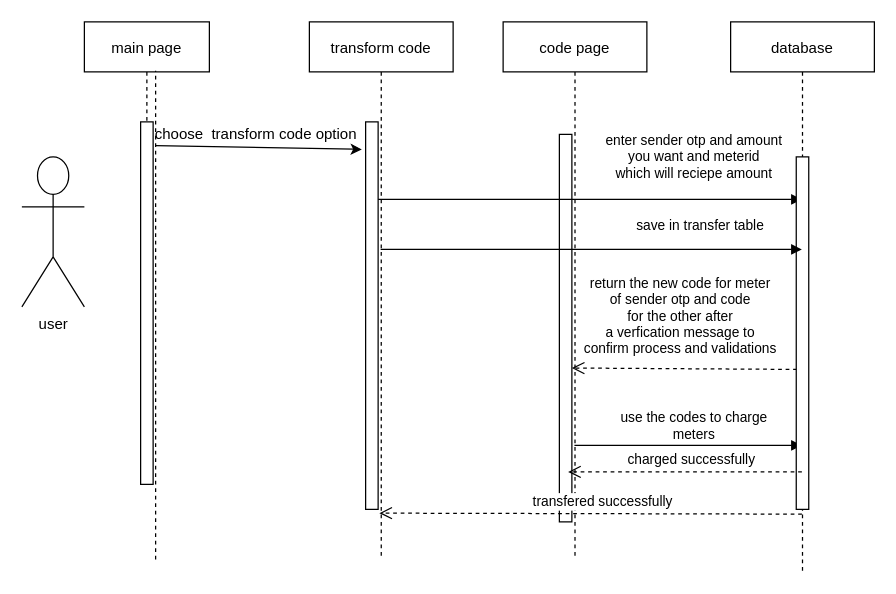
Before: seqtrans.drawio in shamaabuhassan/Charts, a draw.io diagram. Source tidied: cells renumbered, new cells numbered last; positions are measured from the earlier drawing's top-left corner, leaving out a move shared by most shapes. Both pictures are drawn from the tidied source at 125%, with x=0, y=0 at pixel (21, 21).
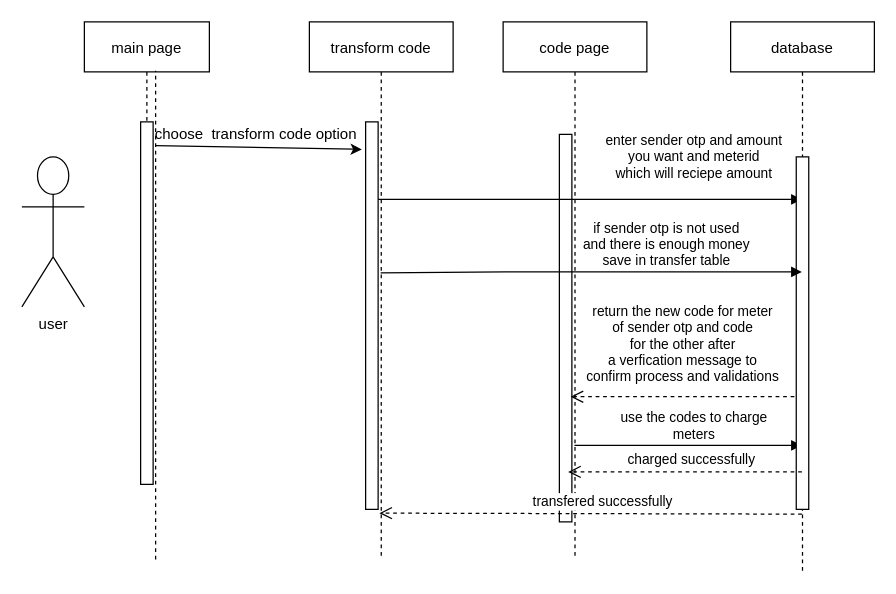
The same diagram, later.

The change refers to these unchanged cells:
```xml
<mxCell id="4" value="transform code" style="shape=umlLifeline;perimeter=lifelinePerimeter;rounded=0;shadow=0;strokeWidth=1;" parent="1" vertex="1">
  <mxGeometry x="230" width="115" height="430" as="geometry" />
</mxCell>
<mxCell id="7" value="code page" style="shape=umlLifeline;perimeter=lifelinePerimeter;rounded=0;shadow=0;strokeWidth=1;" parent="1" vertex="1">
  <mxGeometry x="385" width="115" height="430" as="geometry" />
</mxCell>
<mxCell id="8" style="points=[];perimeter=orthogonalPerimeter;rounded=0;shadow=0;strokeWidth=1;" parent="7" vertex="1">
  <mxGeometry x="45" y="90" width="10" height="310" as="geometry" />
</mxCell>
<mxCell id="12" value="database" style="shape=umlLifeline;perimeter=lifelinePerimeter;rounded=0;shadow=0;strokeWidth=1;" parent="1" vertex="1">
  <mxGeometry x="567" width="115" height="440" as="geometry" />
</mxCell>
<mxCell id="13" style="points=[];perimeter=orthogonalPerimeter;rounded=0;shadow=0;strokeWidth=1;" parent="12" vertex="1">
  <mxGeometry x="52.5" y="108" width="10" height="282" as="geometry" />
</mxCell>
```

Diff of the diagram source:
```diff
@@
-    <mxCell id="10" value="return the new code for meter&#10;of sender otp and code &#10;for the other after&#10;a verfication message to &#10;confirm process and validations" style="verticalAlign=bottom;endArrow=open;dashed=1;endSize=8;shadow=0;strokeWidth=1;entryX=0.478;entryY=0.644;entryDx=0;entryDy=0;entryPerimeter=0;exitX=0.05;exitY=0.603;exitDx=0;exitDy=0;exitPerimeter=0;" parent="1" edge="1" source="13" target="7">
+    <mxCell id="10" value="return the new code for meter&#10;of sender otp and code &#10;for the other after&#10;a verfication message to &#10;confirm process and validations" style="verticalAlign=bottom;endArrow=open;dashed=1;endSize=8;shadow=0;strokeWidth=1;entryX=0.9;entryY=0.677;entryDx=0;entryDy=0;entryPerimeter=0;" parent="1" edge="1" source="12" target="8">
       <mxGeometry x="0.03" y="-7" relative="1" as="geometry" />
     </mxCell>
@@
-    <mxCell id="17" value="save in transfer table" style="verticalAlign=bottom;endArrow=block;shadow=0;strokeWidth=1;" parent="1" edge="1" target="12">
-      <mxGeometry x="0.52" y="10" relative="1" as="geometry">
-        <mxPoint x="287" y="182" as="sourcePoint" />
+    <mxCell id="17" value="if sender otp is not used &#10;and there is enough money &#10;save in transfer table" style="verticalAlign=bottom;endArrow=block;shadow=0;strokeWidth=1;exitX=0.496;exitY=0.467;exitDx=0;exitDy=0;exitPerimeter=0;" parent="1" edge="1" source="4" target="12">
+      <mxGeometry x="0.36" relative="1" as="geometry">
+        <Array as="points">
+          <mxPoint x="397" y="200" />
+        </Array>
       </mxGeometry>
     </mxCell>
```
